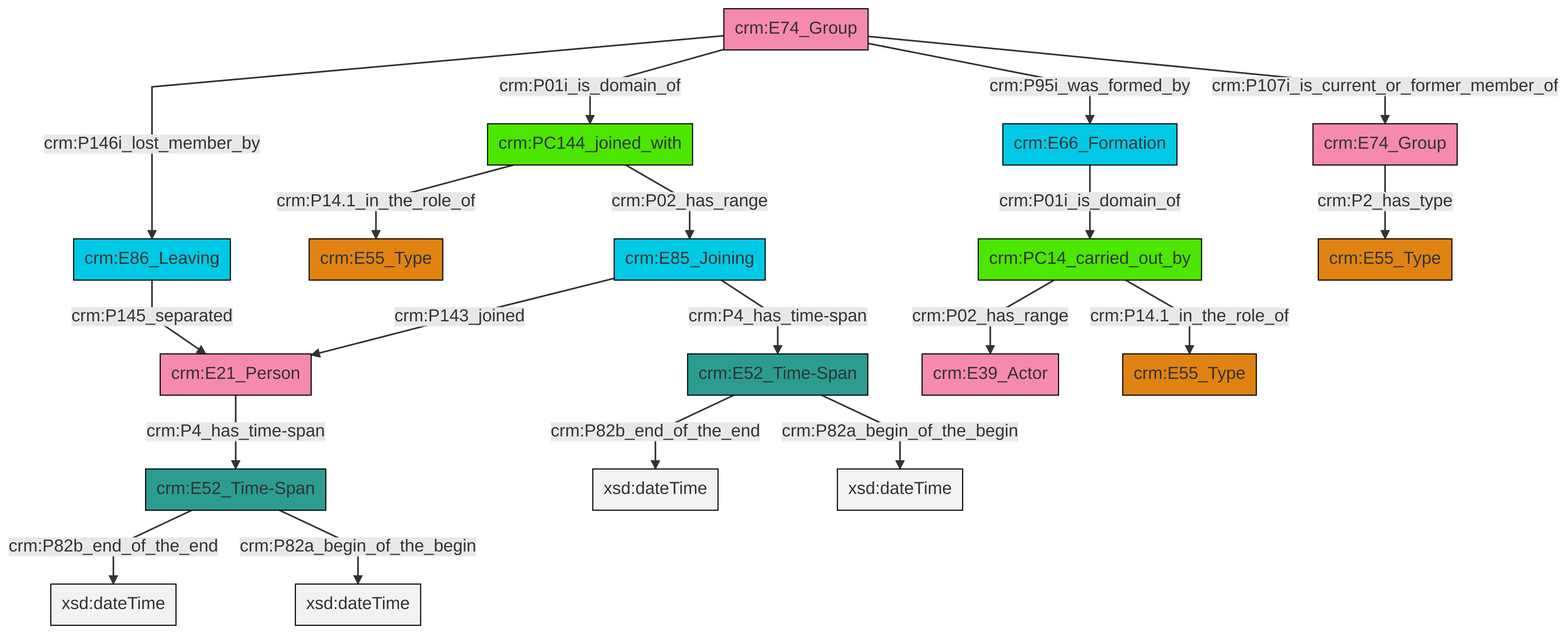
This is et/groupCSV/ttl/mmd/png/group_actor_relations.png from swiss-art-research-net/docs.swissartresearch, a Mermaid export, as it was before one commit. Its source is kept beside it as et/groupCSV/ttl/mmd/group_actor_relations.ttl.mmd.
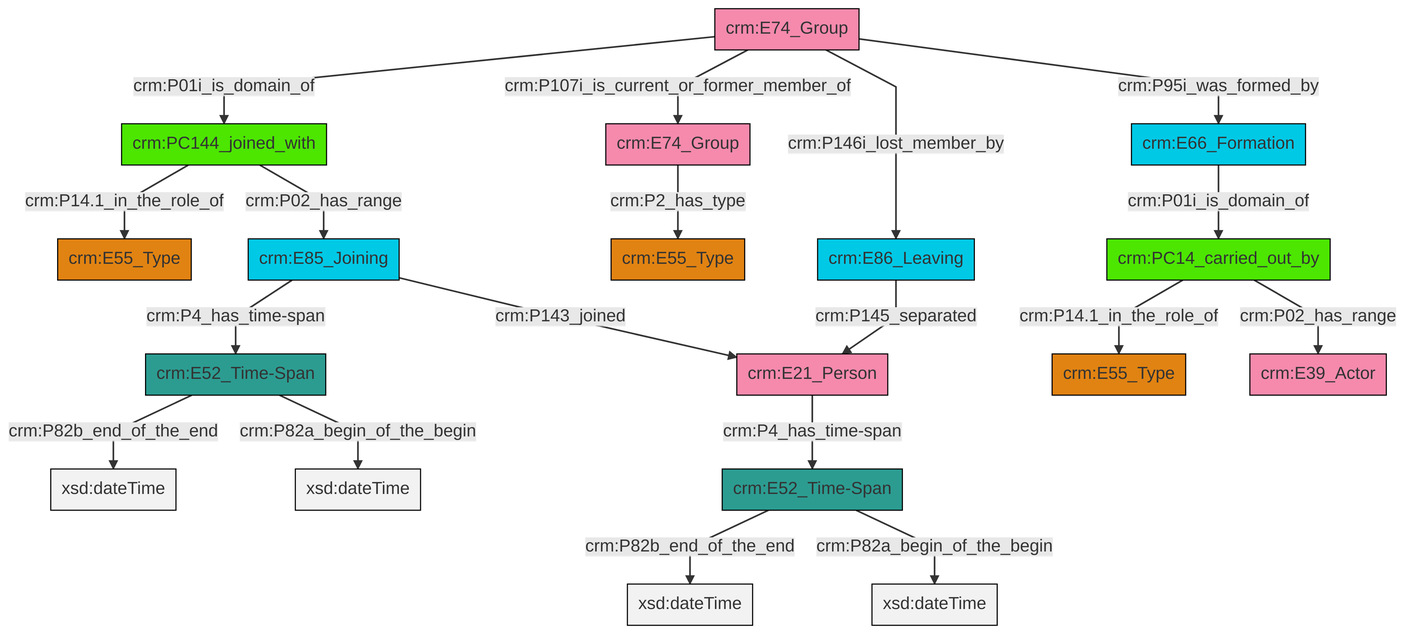
The same file after the commit.

Change to the diagram source:
```diff
@@ -13,21 +13,21 @@
 classDef PC_Classes fill:#4ce600, stroke:#000000;
 classDef Multi fill:#cccccc,stroke:#000000;
 
-0["crm:E52_Time-Span"]:::Time-Span -->|crm:P82b_end_of_the_end| 1[xsd:dateTime]:::Literal
-2["crm:E85_Joining"]:::Temporal_Entity -->|crm:P143_joined| 3["crm:E21_Person"]:::Actor
-4["crm:E74_Group"]:::Actor -->|crm:P146i_lost_member_by| 5["crm:E86_Leaving"]:::Temporal_Entity
-4["crm:E74_Group"]:::Actor -->|crm:P01i_is_domain_of| 6["crm:PC144_joined_with"]:::PC_Classes
-12["crm:E66_Formation"]:::Temporal_Entity -->|crm:P01i_is_domain_of| 8["crm:PC14_carried_out_by"]:::PC_Classes
-8["crm:PC14_carried_out_by"]:::PC_Classes -->|crm:P02_has_range| 13["crm:E39_Actor"]:::Actor
-6["crm:PC144_joined_with"]:::PC_Classes -->|crm:P14.1_in_the_role_of| 10["crm:E55_Type"]:::Type
-4["crm:E74_Group"]:::Actor -->|crm:P95i_was_formed_by| 12["crm:E66_Formation"]:::Temporal_Entity
-18["crm:E52_Time-Span"]:::Time-Span -->|crm:P82b_end_of_the_end| 19[xsd:dateTime]:::Literal
-0["crm:E52_Time-Span"]:::Time-Span -->|crm:P82a_begin_of_the_begin| 21[xsd:dateTime]:::Literal
-5["crm:E86_Leaving"]:::Temporal_Entity -->|crm:P145_separated| 3["crm:E21_Person"]:::Actor
-6["crm:PC144_joined_with"]:::PC_Classes -->|crm:P02_has_range| 2["crm:E85_Joining"]:::Temporal_Entity
-18["crm:E52_Time-Span"]:::Time-Span -->|crm:P82a_begin_of_the_begin| 28[xsd:dateTime]:::Literal
-8["crm:PC14_carried_out_by"]:::PC_Classes -->|crm:P14.1_in_the_role_of| 15["crm:E55_Type"]:::Type
-2["crm:E85_Joining"]:::Temporal_Entity -->|crm:P4_has_time-span| 18["crm:E52_Time-Span"]:::Time-Span
-3["crm:E21_Person"]:::Actor -->|crm:P4_has_time-span| 0["crm:E52_Time-Span"]:::Time-Span
-4["crm:E74_Group"]:::Actor -->|crm:P107i_is_current_or_former_member_of| 29["crm:E74_Group"]:::Actor
-29["crm:E74_Group"]:::Actor -->|crm:P2_has_type| 24["crm:E55_Type"]:::Type
+0["crm:E85_Joining"]:::Temporal_Entity -->|crm:P4_has_time-span| 1["crm:E52_Time-Span"]:::Time-Span
+0["crm:E85_Joining"]:::Temporal_Entity -->|crm:P143_joined| 11["crm:E21_Person"]:::Actor
+1["crm:E52_Time-Span"]:::Time-Span -->|crm:P82b_end_of_the_end| 16[xsd:dateTime]:::Literal
+11["crm:E21_Person"]:::Actor -->|crm:P4_has_time-span| 6["crm:E52_Time-Span"]:::Time-Span
+6["crm:E52_Time-Span"]:::Time-Span -->|crm:P82b_end_of_the_end| 19[xsd:dateTime]:::Literal
+14["crm:PC144_joined_with"]:::PC_Classes -->|crm:P14.1_in_the_role_of| 2["crm:E55_Type"]:::Type
+9["crm:PC14_carried_out_by"]:::PC_Classes -->|crm:P14.1_in_the_role_of| 20["crm:E55_Type"]:::Type
+12["crm:E74_Group"]:::Actor -->|crm:P2_has_type| 4["crm:E55_Type"]:::Type
+17["crm:E74_Group"]:::Actor -->|crm:P01i_is_domain_of| 14["crm:PC144_joined_with"]:::PC_Classes
+9["crm:PC14_carried_out_by"]:::PC_Classes -->|crm:P02_has_range| 23["crm:E39_Actor"]:::Actor
+14["crm:PC144_joined_with"]:::PC_Classes -->|crm:P02_has_range| 0["crm:E85_Joining"]:::Temporal_Entity
+1["crm:E52_Time-Span"]:::Time-Span -->|crm:P82a_begin_of_the_begin| 28[xsd:dateTime]:::Literal
+21["crm:E86_Leaving"]:::Temporal_Entity -->|crm:P145_separated| 11["crm:E21_Person"]:::Actor
+17["crm:E74_Group"]:::Actor -->|crm:P107i_is_current_or_former_member_of| 12["crm:E74_Group"]:::Actor
+6["crm:E52_Time-Span"]:::Time-Span -->|crm:P82a_begin_of_the_begin| 31[xsd:dateTime]:::Literal
+17["crm:E74_Group"]:::Actor -->|crm:P146i_lost_member_by| 21["crm:E86_Leaving"]:::Temporal_Entity
+26["crm:E66_Formation"]:::Temporal_Entity -->|crm:P01i_is_domain_of| 9["crm:PC14_carried_out_by"]:::PC_Classes
+17["crm:E74_Group"]:::Actor -->|crm:P95i_was_formed_by| 26["crm:E66_Formation"]:::Temporal_Entity
```
